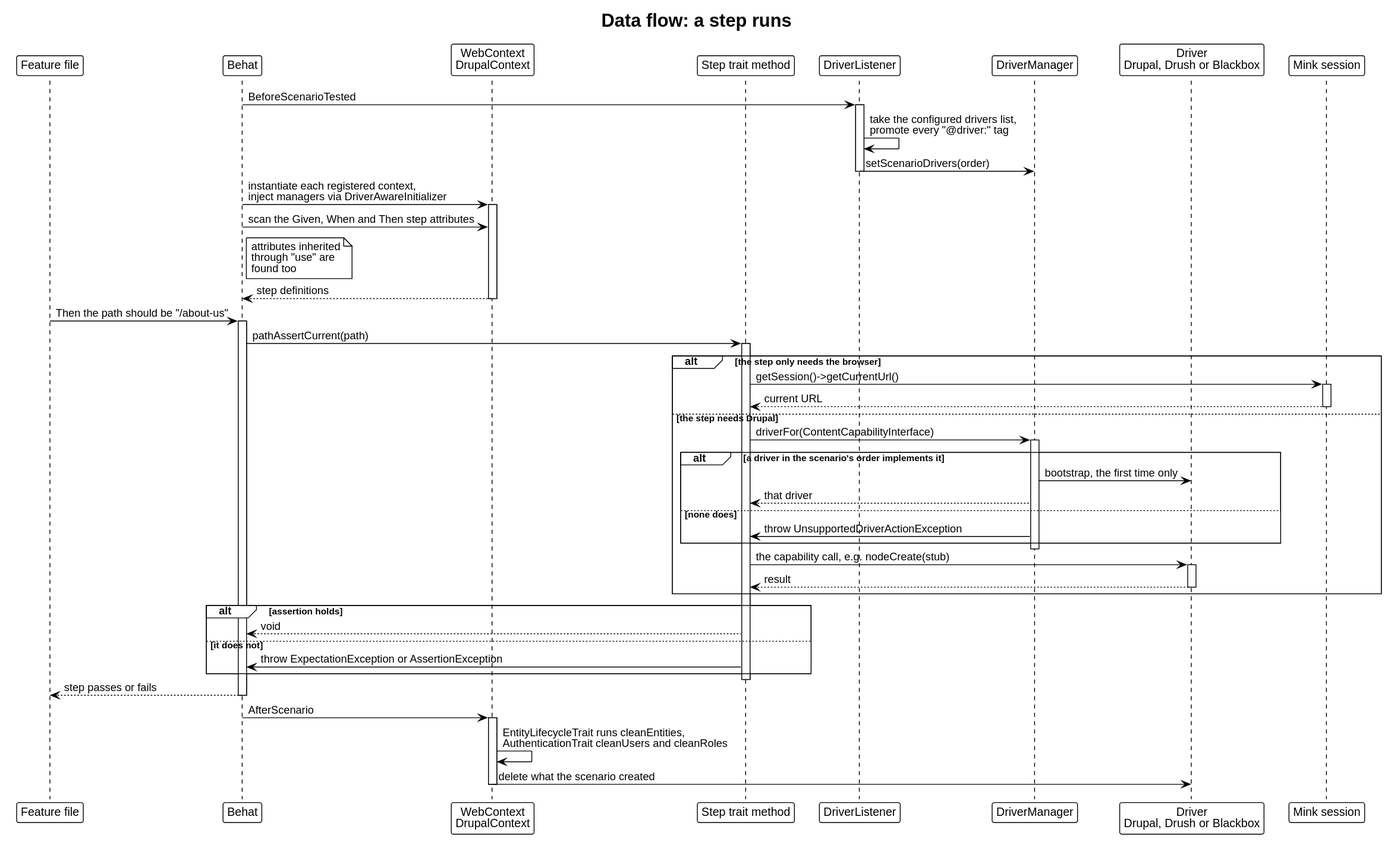
Above: docs/architecture/dataflow-step.svg in drevops/behat-steps (PlantUML), before the change.
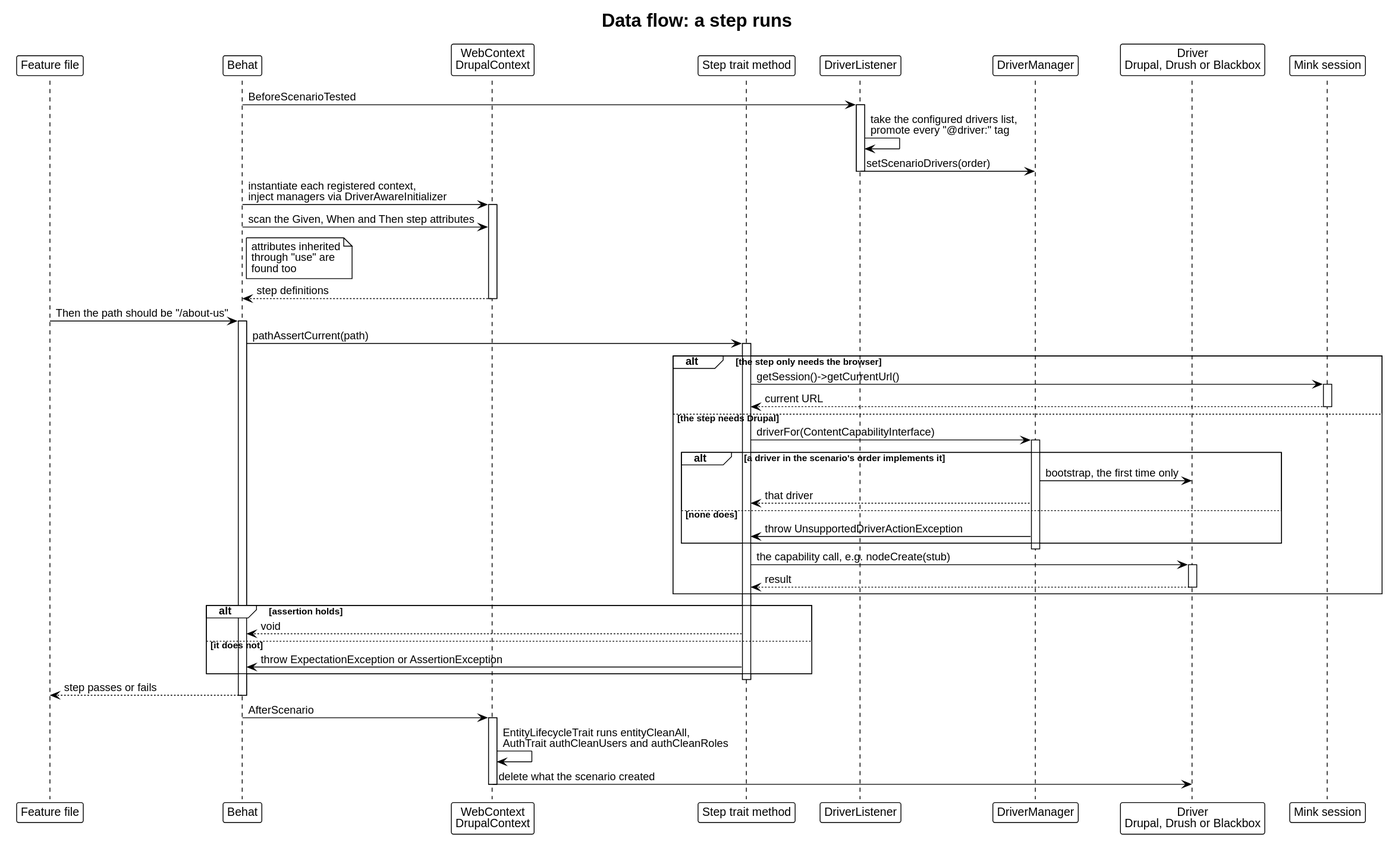
After the change.

The edit, as a diff of the source:
```diff
@@ -65,7 +65,7 @@
 
 Behat -> Ctx: AfterScenario
 activate Ctx
-Ctx -> Ctx: EntityLifecycleTrait runs cleanEntities,\nAuthenticationTrait cleanUsers and cleanRoles
+Ctx -> Ctx: EntityLifecycleTrait runs entityCleanAll,\nAuthTrait authCleanUsers and authCleanRoles
 Ctx -> Driver: delete what the scenario created
 deactivate Ctx
 @enduml
```
